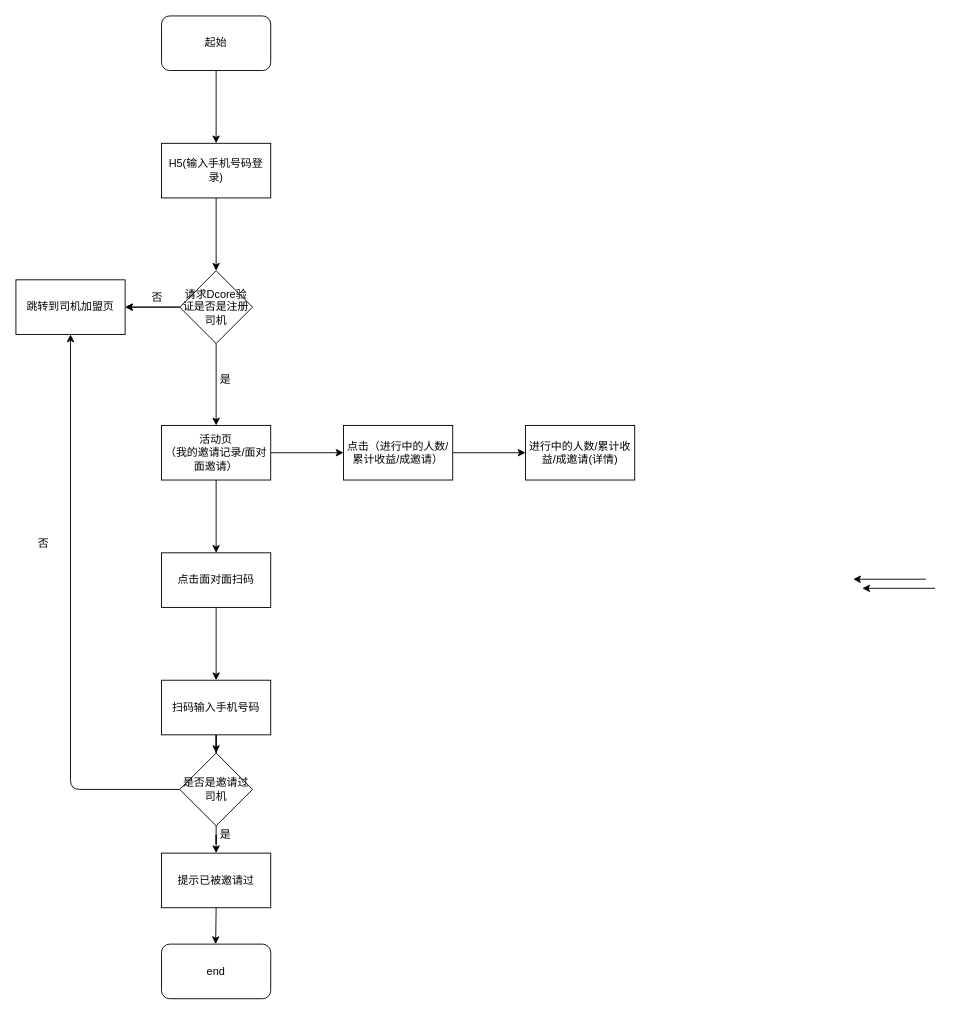
This is Untitled Diagram.drawio from vitaslin/pdf_watermark, a draw.io file, before an edit. Source tidied: cells renumbered, new cells numbered last; positions are measured from the earlier drawing's top-left corner, leaving out a move shared by most shapes. Both pictures are drawn from the tidied source at 91%, with x=0, y=0 at pixel (15, 15).
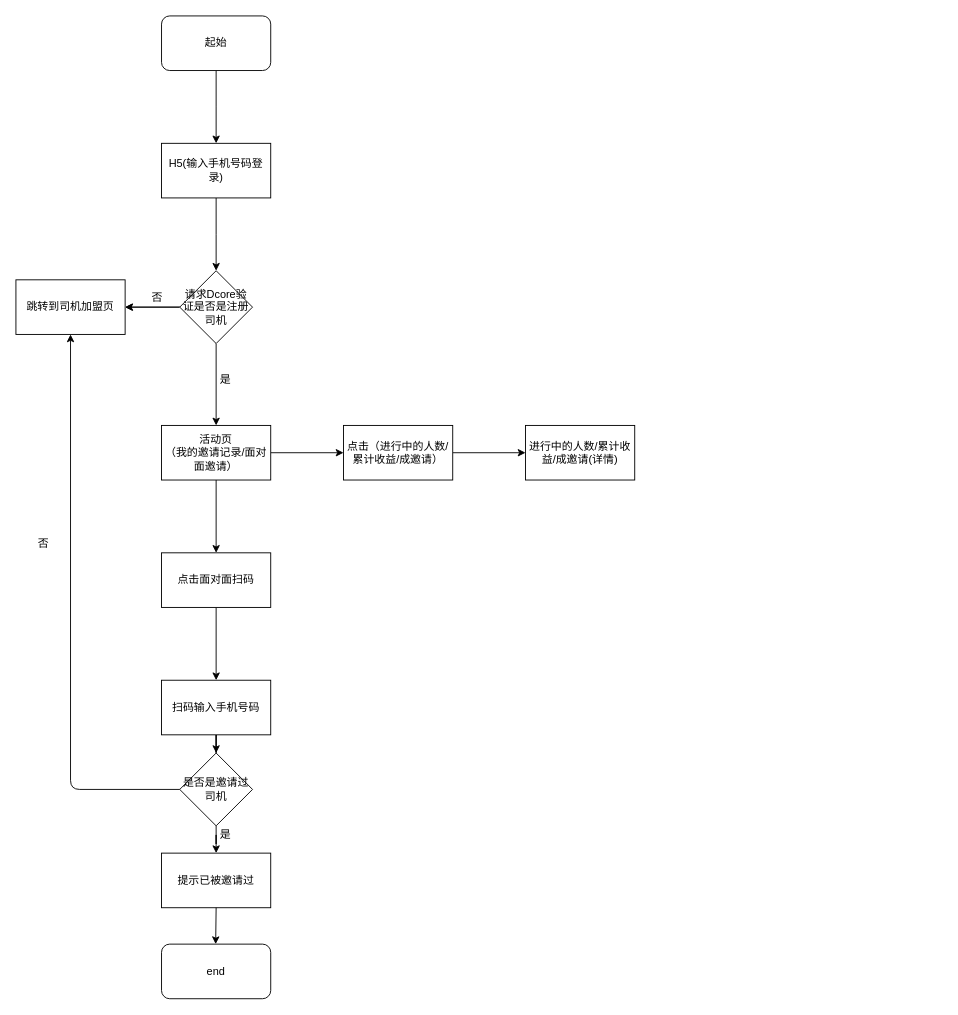
After the change.

Commit message:
司机邀请司机.drawio

The edit, as a diff of the source:
```diff
@@
-    <mxCell id="2" style="endArrow=classic;html=1;" parent="1" edge="1">
-      <mxGeometry relative="1" as="geometry">
-        <mxPoint x="1000" y="619" as="sourcePoint" />
-        <mxPoint x="920" y="619" as="targetPoint" />
-      </mxGeometry>
-    </mxCell>
-    <mxCell id="3" style="endArrow=classic;html=1;" parent="1" edge="1">
-      <mxGeometry relative="1" as="geometry">
-        <mxPoint x="1010" y="629" as="sourcePoint" />
-        <mxPoint x="930" y="629" as="targetPoint" />
-      </mxGeometry>
-    </mxCell>
```
